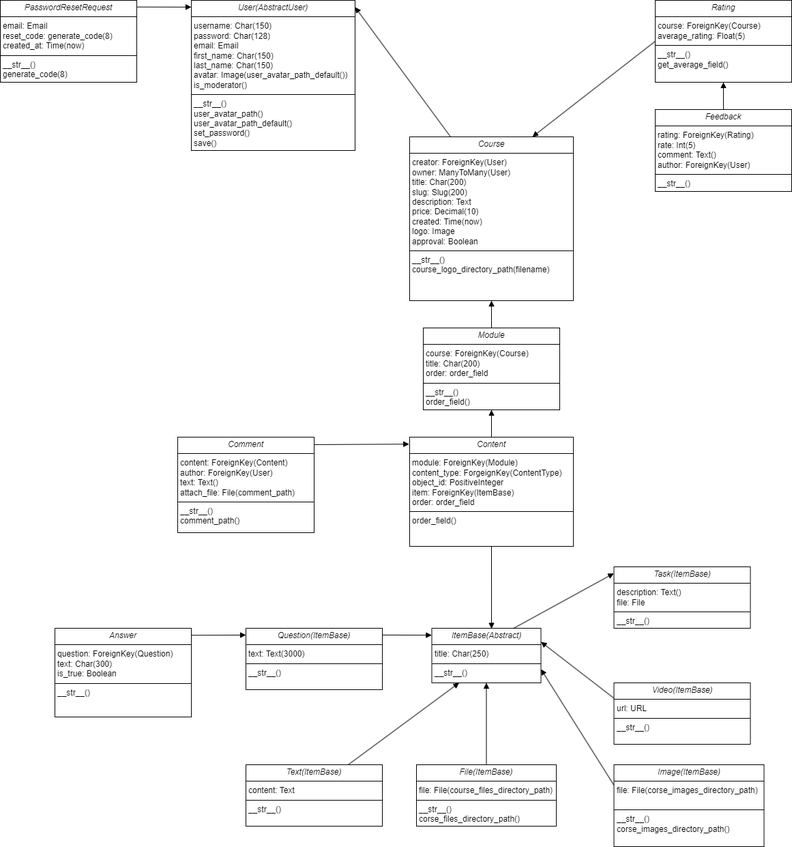
The draw.io diagram Диаграммы/ДиграммыТЗ-Classes.drawio.png in bosonhiiggs/Music-Trainee, before a commit. Source tidied: cells renumbered, new cells last; positions are measured from the earlier drawing's top-left corner, leaving out a move shared by most shapes.
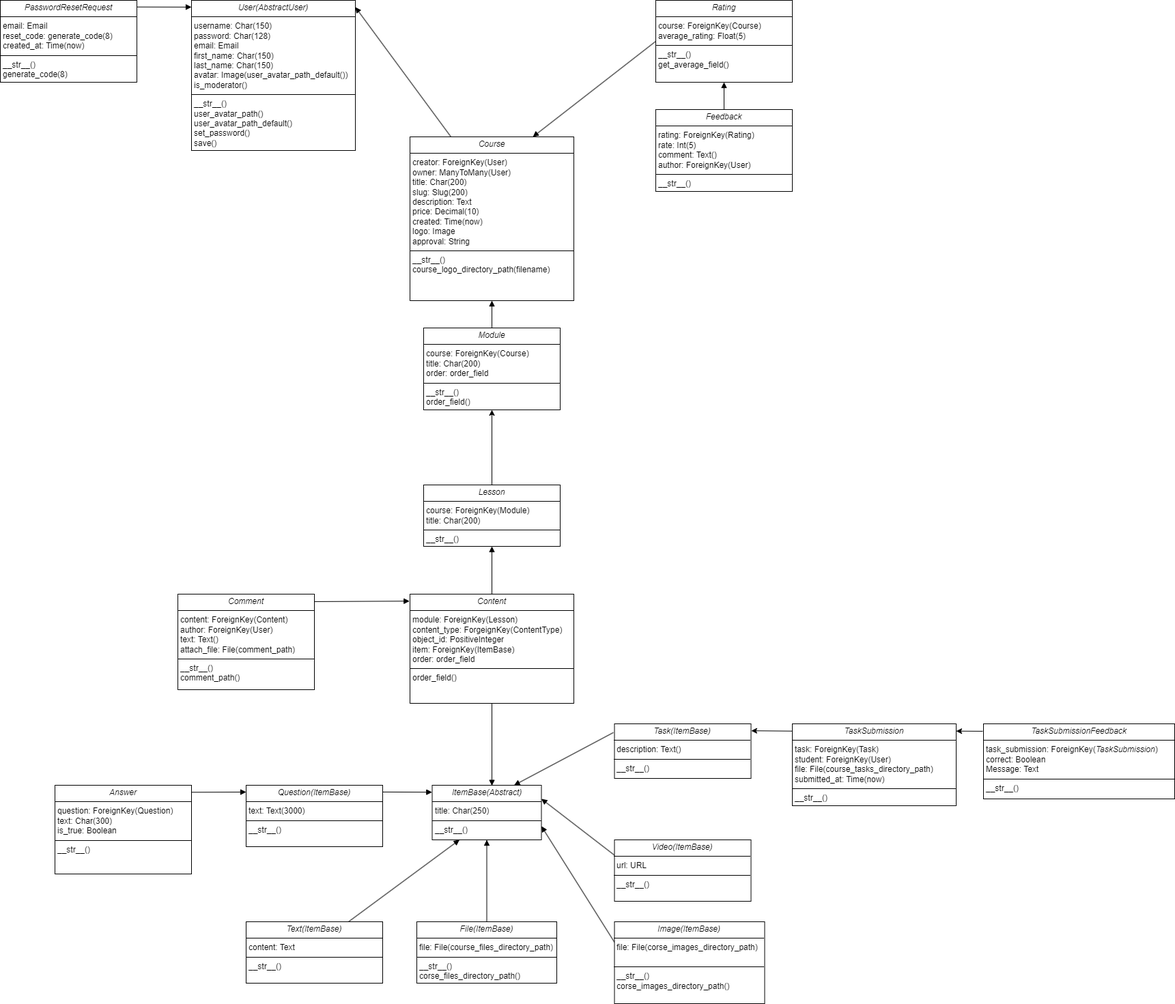
After the change.

Diff of the diagram source:
```diff
@@ -3,21 +3,21 @@
     <mxCell id="0" />
     <mxCell id="1" parent="0" />
     <mxCell id="2" value="&lt;p style=&quot;margin:0px;margin-top:4px;text-align:center;&quot;&gt;&lt;i&gt;User(AbstractUser)&lt;/i&gt;&lt;/p&gt;&lt;hr size=&quot;1&quot; style=&quot;border-style:solid;&quot;&gt;&lt;p style=&quot;margin:0px;margin-left:4px;&quot;&gt;&lt;span style=&quot;background-color: initial;&quot;&gt;username: Char(150)&lt;/span&gt;&lt;br&gt;&lt;/p&gt;&lt;p style=&quot;margin:0px;margin-left:4px;&quot;&gt;password: Char(128)&lt;/p&gt;&lt;p style=&quot;margin:0px;margin-left:4px;&quot;&gt;email: Email&lt;/p&gt;&lt;p style=&quot;margin:0px;margin-left:4px;&quot;&gt;first_name: Char(150)&lt;/p&gt;&lt;p style=&quot;margin:0px;margin-left:4px;&quot;&gt;last_name: Char(150)&lt;br&gt;&lt;/p&gt;&lt;p style=&quot;margin:0px;margin-left:4px;&quot;&gt;avatar: Image(&lt;span style=&quot;background-color: initial;&quot;&gt;user_avatar_path&lt;/span&gt;&lt;span style=&quot;background-color: initial;&quot;&gt;_default&lt;/span&gt;&lt;span style=&quot;background-color: initial;&quot;&gt;()&lt;/span&gt;&lt;span style=&quot;background-color: initial;&quot;&gt;)&lt;/span&gt;&lt;/p&gt;&lt;p style=&quot;margin:0px;margin-left:4px;&quot;&gt;is_moderator()&lt;/p&gt;&lt;hr size=&quot;1&quot; style=&quot;border-style:solid;&quot;&gt;&lt;p style=&quot;margin:0px;margin-left:4px;&quot;&gt;__str__()&lt;/p&gt;&lt;p style=&quot;margin:0px;margin-left:4px;&quot;&gt;user_avatar_path()&lt;/p&gt;&lt;p style=&quot;margin:0px;margin-left:4px;&quot;&gt;user_avatar_path&lt;span style=&quot;background-color: initial;&quot;&gt;_default&lt;/span&gt;&lt;span style=&quot;background-color: initial;&quot;&gt;()&lt;/span&gt;&lt;/p&gt;&lt;p style=&quot;margin:0px;margin-left:4px;&quot;&gt;&lt;span style=&quot;background-color: initial;&quot;&gt;set_password()&lt;/span&gt;&lt;/p&gt;&lt;p style=&quot;margin:0px;margin-left:4px;&quot;&gt;&lt;span style=&quot;background-color: initial;&quot;&gt;save()&lt;/span&gt;&lt;/p&gt;&lt;p style=&quot;margin:0px;margin-left:4px;&quot;&gt;&lt;span style=&quot;background-color: initial;&quot;&gt;&lt;br&gt;&lt;/span&gt;&lt;/p&gt;" style="verticalAlign=top;align=left;overflow=fill;html=1;whiteSpace=wrap;" parent="1" vertex="1">
-      <mxGeometry x="280" width="240" height="220" as="geometry" />
+      <mxGeometry x="280" y="-230" width="240" height="220" as="geometry" />
     </mxCell>
-    <mxCell id="3" value="&lt;p style=&quot;margin:0px;margin-top:4px;text-align:center;&quot;&gt;&lt;i&gt;Course&lt;/i&gt;&lt;/p&gt;&lt;hr size=&quot;1&quot; style=&quot;border-style:solid;&quot;&gt;&lt;p style=&quot;margin:0px;margin-left:4px;&quot;&gt;creator: ForeignKey(User)&lt;br&gt;owner: ManyToMany(User)&lt;/p&gt;&lt;p style=&quot;margin:0px;margin-left:4px;&quot;&gt;title: Char(200)&lt;/p&gt;&lt;p style=&quot;margin:0px;margin-left:4px;&quot;&gt;slug: Slug(200)&lt;/p&gt;&lt;p style=&quot;margin:0px;margin-left:4px;&quot;&gt;description: Text&lt;/p&gt;&lt;p style=&quot;margin:0px;margin-left:4px;&quot;&gt;price: Decimal(10)&lt;/p&gt;&lt;p style=&quot;margin:0px;margin-left:4px;&quot;&gt;created: Time(now)&lt;/p&gt;&lt;p style=&quot;margin:0px;margin-left:4px;&quot;&gt;logo: Image&lt;/p&gt;&lt;p style=&quot;margin:0px;margin-left:4px;&quot;&gt;approval: Boolean&lt;/p&gt;&lt;hr size=&quot;1&quot; style=&quot;border-style:solid;&quot;&gt;&lt;p style=&quot;margin:0px;margin-left:4px;&quot;&gt;__str__()&lt;/p&gt;&lt;p style=&quot;margin:0px;margin-left:4px;&quot;&gt;course_logo_directory_path(filename)&lt;/p&gt;" style="verticalAlign=top;align=left;overflow=fill;html=1;whiteSpace=wrap;" parent="1" vertex="1">
-      <mxGeometry x="600" y="200" width="240" height="240" as="geometry" />
+    <mxCell id="3" value="&lt;p style=&quot;margin:0px;margin-top:4px;text-align:center;&quot;&gt;&lt;i&gt;Course&lt;/i&gt;&lt;/p&gt;&lt;hr size=&quot;1&quot; style=&quot;border-style:solid;&quot;&gt;&lt;p style=&quot;margin:0px;margin-left:4px;&quot;&gt;creator: ForeignKey(User)&lt;br&gt;owner: ManyToMany(User)&lt;/p&gt;&lt;p style=&quot;margin:0px;margin-left:4px;&quot;&gt;title: Char(200)&lt;/p&gt;&lt;p style=&quot;margin:0px;margin-left:4px;&quot;&gt;slug: Slug(200)&lt;/p&gt;&lt;p style=&quot;margin:0px;margin-left:4px;&quot;&gt;description: Text&lt;/p&gt;&lt;p style=&quot;margin:0px;margin-left:4px;&quot;&gt;price: Decimal(10)&lt;/p&gt;&lt;p style=&quot;margin:0px;margin-left:4px;&quot;&gt;created: Time(now)&lt;/p&gt;&lt;p style=&quot;margin:0px;margin-left:4px;&quot;&gt;logo: Image&lt;/p&gt;&lt;p style=&quot;margin:0px;margin-left:4px;&quot;&gt;approval: String&lt;/p&gt;&lt;hr size=&quot;1&quot; style=&quot;border-style:solid;&quot;&gt;&lt;p style=&quot;margin:0px;margin-left:4px;&quot;&gt;__str__()&lt;/p&gt;&lt;p style=&quot;margin:0px;margin-left:4px;&quot;&gt;course_logo_directory_path(filename)&lt;/p&gt;" style="verticalAlign=top;align=left;overflow=fill;html=1;whiteSpace=wrap;" parent="1" vertex="1">
+      <mxGeometry x="600" y="-30" width="240" height="240" as="geometry" />
     </mxCell>
     <mxCell id="4" value="&lt;p style=&quot;margin:0px;margin-top:4px;text-align:center;&quot;&gt;&lt;i&gt;Rating&lt;/i&gt;&lt;/p&gt;&lt;hr size=&quot;1&quot; style=&quot;border-style:solid;&quot;&gt;&lt;p style=&quot;margin:0px;margin-left:4px;&quot;&gt;course: ForeignKey(Course)&lt;br&gt;average_rating: Float(5)&lt;/p&gt;&lt;hr size=&quot;1&quot; style=&quot;border-style:solid;&quot;&gt;&lt;p style=&quot;margin:0px;margin-left:4px;&quot;&gt;__str__()&lt;/p&gt;&lt;p style=&quot;margin:0px;margin-left:4px;&quot;&gt;get_average_field()&lt;/p&gt;" style="verticalAlign=top;align=left;overflow=fill;html=1;whiteSpace=wrap;" parent="1" vertex="1">
-      <mxGeometry x="960" width="200" height="120" as="geometry" />
+      <mxGeometry x="960" y="-230" width="200" height="120" as="geometry" />
     </mxCell>
     <mxCell id="5" value="&lt;p style=&quot;margin:0px;margin-top:4px;text-align:center;&quot;&gt;&lt;i&gt;Feedback&lt;/i&gt;&lt;/p&gt;&lt;hr size=&quot;1&quot; style=&quot;border-style:solid;&quot;&gt;&lt;p style=&quot;margin:0px;margin-left:4px;&quot;&gt;rating: ForeignKey(Rating)&lt;/p&gt;&lt;p style=&quot;margin:0px;margin-left:4px;&quot;&gt;rate: Int(5)&lt;/p&gt;&lt;p style=&quot;margin:0px;margin-left:4px;&quot;&gt;comment: Text()&lt;br&gt;author: ForeignKey(User)&lt;/p&gt;&lt;hr size=&quot;1&quot; style=&quot;border-style:solid;&quot;&gt;&lt;p style=&quot;margin:0px;margin-left:4px;&quot;&gt;__str__()&lt;/p&gt;" style="verticalAlign=top;align=left;overflow=fill;html=1;whiteSpace=wrap;" parent="1" vertex="1">
-      <mxGeometry x="960" y="160" width="200" height="120" as="geometry" />
+      <mxGeometry x="960" y="-70" width="200" height="120" as="geometry" />
     </mxCell>
     <mxCell id="6" value="&lt;p style=&quot;margin:0px;margin-top:4px;text-align:center;&quot;&gt;&lt;i&gt;Module&lt;/i&gt;&lt;/p&gt;&lt;hr size=&quot;1&quot; style=&quot;border-style:solid;&quot;&gt;&lt;p style=&quot;margin:0px;margin-left:4px;&quot;&gt;course: ForeignKey(Course)&lt;/p&gt;&lt;p style=&quot;margin:0px;margin-left:4px;&quot;&gt;title: Char(200)&lt;/p&gt;&lt;p style=&quot;margin:0px;margin-left:4px;&quot;&gt;order: order_field&lt;br&gt;&lt;/p&gt;&lt;hr size=&quot;1&quot; style=&quot;border-style:solid;&quot;&gt;&lt;p style=&quot;margin:0px;margin-left:4px;&quot;&gt;__str__()&lt;br&gt;order_field()&lt;/p&gt;" style="verticalAlign=top;align=left;overflow=fill;html=1;whiteSpace=wrap;" parent="1" vertex="1">
-      <mxGeometry x="620" y="480" width="200" height="120" as="geometry" />
+      <mxGeometry x="620" y="250" width="200" height="120" as="geometry" />
     </mxCell>
-    <mxCell id="7" value="&lt;p style=&quot;margin:0px;margin-top:4px;text-align:center;&quot;&gt;&lt;i&gt;Content&lt;/i&gt;&lt;/p&gt;&lt;hr size=&quot;1&quot; style=&quot;border-style:solid;&quot;&gt;&lt;p style=&quot;margin:0px;margin-left:4px;&quot;&gt;module: ForeignKey(Module)&lt;/p&gt;&lt;p style=&quot;margin:0px;margin-left:4px;&quot;&gt;content_type: ForgeignKey(ContentType)&lt;/p&gt;&lt;p style=&quot;margin:0px;margin-left:4px;&quot;&gt;object_id: PositiveInteger&lt;/p&gt;&lt;p style=&quot;margin:0px;margin-left:4px;&quot;&gt;item: ForeignKey(ItemBase)&lt;/p&gt;&lt;p style=&quot;margin:0px;margin-left:4px;&quot;&gt;order: order_field&lt;/p&gt;&lt;hr size=&quot;1&quot; style=&quot;border-style:solid;&quot;&gt;&lt;p style=&quot;margin:0px;margin-left:4px;&quot;&gt;order_field()&lt;/p&gt;" style="verticalAlign=top;align=left;overflow=fill;html=1;whiteSpace=wrap;" parent="1" vertex="1">
+    <mxCell id="7" value="&lt;p style=&quot;margin:0px;margin-top:4px;text-align:center;&quot;&gt;&lt;i&gt;Content&lt;/i&gt;&lt;/p&gt;&lt;hr size=&quot;1&quot; style=&quot;border-style:solid;&quot;&gt;&lt;p style=&quot;margin:0px;margin-left:4px;&quot;&gt;module: ForeignKey(Lesson)&lt;/p&gt;&lt;p style=&quot;margin:0px;margin-left:4px;&quot;&gt;content_type: ForgeignKey(ContentType)&lt;/p&gt;&lt;p style=&quot;margin:0px;margin-left:4px;&quot;&gt;object_id: PositiveInteger&lt;/p&gt;&lt;p style=&quot;margin:0px;margin-left:4px;&quot;&gt;item: ForeignKey(ItemBase)&lt;/p&gt;&lt;p style=&quot;margin:0px;margin-left:4px;&quot;&gt;order: order_field&lt;/p&gt;&lt;hr size=&quot;1&quot; style=&quot;border-style:solid;&quot;&gt;&lt;p style=&quot;margin:0px;margin-left:4px;&quot;&gt;order_field()&lt;/p&gt;" style="verticalAlign=top;align=left;overflow=fill;html=1;whiteSpace=wrap;" parent="1" vertex="1">
       <mxGeometry x="600" y="640" width="240" height="160" as="geometry" />
     </mxCell>
     <mxCell id="8" value="&lt;p style=&quot;margin:0px;margin-top:4px;text-align:center;&quot;&gt;&lt;i&gt;ItemBase(Abstract)&lt;/i&gt;&lt;/p&gt;&lt;hr size=&quot;1&quot; style=&quot;border-style:solid;&quot;&gt;&lt;p style=&quot;margin:0px;margin-left:4px;&quot;&gt;title: Char(250)&lt;/p&gt;&lt;hr size=&quot;1&quot; style=&quot;border-style:solid;&quot;&gt;&lt;p style=&quot;margin:0px;margin-left:4px;&quot;&gt;__str__()&lt;/p&gt;" style="verticalAlign=top;align=left;overflow=fill;html=1;whiteSpace=wrap;" parent="1" vertex="1">
@@ -54,10 +54,10 @@
       <mxGeometry x="80" y="920" width="200" height="130" as="geometry" />
     </mxCell>
     <mxCell id="19" value="&lt;p style=&quot;margin:0px;margin-top:4px;text-align:center;&quot;&gt;&lt;i&gt;PasswordResetRequest&lt;/i&gt;&lt;/p&gt;&lt;hr size=&quot;1&quot; style=&quot;border-style:solid;&quot;&gt;&lt;p style=&quot;margin:0px;margin-left:4px;&quot;&gt;&lt;span style=&quot;background-color: initial;&quot;&gt;email: Email&lt;/span&gt;&lt;br&gt;&lt;/p&gt;&lt;p style=&quot;margin:0px;margin-left:4px;&quot;&gt;&lt;span style=&quot;background-color: initial;&quot;&gt;reset_code:&amp;nbsp;&lt;/span&gt;&lt;span style=&quot;background-color: initial;&quot;&gt;generate_code(8)&lt;/span&gt;&lt;/p&gt;&lt;p style=&quot;margin:0px;margin-left:4px;&quot;&gt;&lt;span style=&quot;background-color: initial;&quot;&gt;created_at: Time(now)&lt;/span&gt;&lt;/p&gt;&lt;hr size=&quot;1&quot; style=&quot;border-style:solid;&quot;&gt;&lt;p style=&quot;margin:0px;margin-left:4px;&quot;&gt;__str__()&lt;/p&gt;&lt;p style=&quot;margin:0px;margin-left:4px;&quot;&gt;generate_code(8)&lt;/p&gt;&lt;p style=&quot;margin:0px;margin-left:4px;&quot;&gt;&lt;span style=&quot;background-color: initial;&quot;&gt;&lt;br&gt;&lt;/span&gt;&lt;/p&gt;" style="verticalAlign=top;align=left;overflow=fill;html=1;whiteSpace=wrap;" parent="1" vertex="1">
-      <mxGeometry width="200" height="120" as="geometry" />
+      <mxGeometry y="-230" width="200" height="120" as="geometry" />
     </mxCell>
-    <mxCell id="20" value="&lt;p style=&quot;margin:0px;margin-top:4px;text-align:center;&quot;&gt;&lt;i&gt;Task(&lt;/i&gt;&lt;i style=&quot;background-color: initial;&quot;&gt;ItemBase&lt;/i&gt;&lt;i style=&quot;background-color: initial;&quot;&gt;)&lt;/i&gt;&lt;/p&gt;&lt;hr size=&quot;1&quot; style=&quot;border-style:solid;&quot;&gt;&lt;p style=&quot;margin:0px;margin-left:4px;&quot;&gt;description: Text()&lt;/p&gt;&lt;p style=&quot;margin:0px;margin-left:4px;&quot;&gt;file: File&lt;/p&gt;&lt;hr size=&quot;1&quot; style=&quot;border-style:solid;&quot;&gt;&lt;p style=&quot;margin:0px;margin-left:4px;&quot;&gt;__str__()&lt;/p&gt;" style="verticalAlign=top;align=left;overflow=fill;html=1;whiteSpace=wrap;" parent="1" vertex="1">
-      <mxGeometry x="899.5" y="830" width="200" height="90" as="geometry" />
+    <mxCell id="20" value="&lt;p style=&quot;margin:0px;margin-top:4px;text-align:center;&quot;&gt;&lt;i&gt;Task(&lt;/i&gt;&lt;i style=&quot;background-color: initial;&quot;&gt;ItemBase&lt;/i&gt;&lt;i style=&quot;background-color: initial;&quot;&gt;)&lt;/i&gt;&lt;/p&gt;&lt;hr size=&quot;1&quot; style=&quot;border-style:solid;&quot;&gt;&lt;p style=&quot;margin:0px;margin-left:4px;&quot;&gt;description: Text()&lt;/p&gt;&lt;hr size=&quot;1&quot; style=&quot;border-style:solid;&quot;&gt;&lt;p style=&quot;margin:0px;margin-left:4px;&quot;&gt;__str__()&lt;/p&gt;" style="verticalAlign=top;align=left;overflow=fill;html=1;whiteSpace=wrap;" parent="1" vertex="1">
+      <mxGeometry x="899.5" y="830" width="200" height="80" as="geometry" />
     </mxCell>
     <mxCell id="21" value="&lt;p style=&quot;margin:0px;margin-top:4px;text-align:center;&quot;&gt;&lt;i&gt;Comment&lt;/i&gt;&lt;/p&gt;&lt;hr size=&quot;1&quot; style=&quot;border-style:solid;&quot;&gt;&lt;p style=&quot;margin:0px;margin-left:4px;&quot;&gt;content: ForeignKey(Content)&lt;/p&gt;&lt;p style=&quot;margin:0px;margin-left:4px;&quot;&gt;author: ForeignKey(User)&lt;/p&gt;&lt;p style=&quot;margin:0px;margin-left:4px;&quot;&gt;text: Text()&lt;/p&gt;&lt;p style=&quot;margin:0px;margin-left:4px;&quot;&gt;attach_file: File(comment_path)&lt;/p&gt;&lt;hr size=&quot;1&quot; style=&quot;border-style:solid;&quot;&gt;&lt;p style=&quot;margin:0px;margin-left:4px;&quot;&gt;__str__()&lt;/p&gt;&lt;p style=&quot;margin:0px;margin-left:4px;&quot;&gt;comment_path()&lt;br&gt;&lt;/p&gt;" style="verticalAlign=top;align=left;overflow=fill;html=1;whiteSpace=wrap;" parent="1" vertex="1">
       <mxGeometry x="260" y="640" width="200" height="140" as="geometry" />
@@ -67,7 +67,7 @@
     </mxCell>
     <mxCell id="23" style="html=1;verticalAlign=bottom;endArrow=block;rounded=0;exitX=0.25;exitY=0;exitDx=0;exitDy=0;" parent="1" edge="1" source="3">
       <mxGeometry relative="1" as="geometry">
-        <mxPoint x="520" y="10" as="targetPoint" />
+        <mxPoint x="520" y="-220" as="targetPoint" />
       </mxGeometry>
     </mxCell>
     <mxCell id="24" style="html=1;verticalAlign=bottom;endArrow=block;curved=0;rounded=0;exitX=0.5;exitY=0;exitDx=0;exitDy=0;entryX=0.5;entryY=1;entryDx=0;entryDy=0;" parent="1" edge="1" source="5" target="4">
@@ -79,13 +79,13 @@
     <mxCell id="26" style="html=1;verticalAlign=bottom;endArrow=block;curved=0;rounded=0;entryX=0.5;entryY=1;entryDx=0;entryDy=0;exitX=0.5;exitY=0;exitDx=0;exitDy=0;" parent="1" edge="1" source="6" target="3">
       <mxGeometry relative="1" as="geometry" />
     </mxCell>
-    <mxCell id="27" style="html=1;verticalAlign=bottom;endArrow=block;curved=0;rounded=0;entryX=0.5;entryY=1;entryDx=0;entryDy=0;exitX=0.5;exitY=0;exitDx=0;exitDy=0;" parent="1" edge="1" source="7" target="6">
+    <mxCell id="27" style="html=1;verticalAlign=bottom;endArrow=block;curved=0;rounded=0;entryX=0.5;entryY=1;entryDx=0;entryDy=0;exitX=0.5;exitY=0;exitDx=0;exitDy=0;" parent="1" edge="1" source="7" target="34">
       <mxGeometry relative="1" as="geometry" />
     </mxCell>
     <mxCell id="28" style="html=1;verticalAlign=bottom;endArrow=block;curved=0;rounded=0;entryX=-0.003;entryY=0.064;entryDx=0;entryDy=0;exitX=1.002;exitY=0.078;exitDx=0;exitDy=0;entryPerimeter=0;exitPerimeter=0;" parent="1" edge="1" source="21" target="7">
       <mxGeometry relative="1" as="geometry" />
     </mxCell>
-    <mxCell id="29" style="html=1;verticalAlign=bottom;endArrow=block;curved=0;rounded=0;exitX=0.75;exitY=0;exitDx=0;exitDy=0;entryX=-0.001;entryY=0.107;entryDx=0;entryDy=0;entryPerimeter=0;" parent="1" edge="1" source="8" target="20">
+    <mxCell id="29" style="html=1;verticalAlign=bottom;endArrow=block;curved=0;rounded=0;exitX=-0.008;exitY=0.16;exitDx=0;exitDy=0;exitPerimeter=0;entryX=0.75;entryY=0;entryDx=0;entryDy=0;" parent="1" edge="1" source="20" target="8">
       <mxGeometry relative="1" as="geometry" />
     </mxCell>
     <mxCell id="30" style="html=1;verticalAlign=bottom;endArrow=block;curved=0;rounded=0;entryX=0.547;entryY=0.008;entryDx=0;entryDy=0;entryPerimeter=0;exitX=0.5;exitY=1;exitDx=0;exitDy=0;" parent="1" edge="1" source="7" target="8">
@@ -97,5 +97,23 @@
     <mxCell id="32" style="html=1;verticalAlign=bottom;endArrow=block;rounded=0;exitX=1.001;exitY=0.079;exitDx=0;exitDy=0;exitPerimeter=0;entryX=0;entryY=0.111;entryDx=0;entryDy=0;entryPerimeter=0;" parent="1" edge="1" source="18" target="17">
       <mxGeometry relative="1" as="geometry" />
     </mxCell>
+    <mxCell id="33" style="edgeStyle=orthogonalEdgeStyle;rounded=0;jettySize=auto;html=1;exitX=0.5;exitY=0;exitDx=0;exitDy=0;entryX=0.5;entryY=1;entryDx=0;entryDy=0;" parent="1" edge="1" source="34" target="6">
+      <mxGeometry relative="1" as="geometry" />
+    </mxCell>
+    <mxCell id="34" value="&lt;p style=&quot;margin:0px;margin-top:4px;text-align:center;&quot;&gt;&lt;i&gt;Lesson&lt;/i&gt;&lt;/p&gt;&lt;hr size=&quot;1&quot; style=&quot;border-style:solid;&quot;&gt;&lt;p style=&quot;margin:0px;margin-left:4px;&quot;&gt;course: ForeignKey(Module)&lt;/p&gt;&lt;p style=&quot;margin:0px;margin-left:4px;&quot;&gt;title: Char(200)&lt;/p&gt;&lt;hr size=&quot;1&quot; style=&quot;border-style:solid;&quot;&gt;&lt;p style=&quot;margin:0px;margin-left:4px;&quot;&gt;__str__()&lt;br&gt;&lt;/p&gt;" style="verticalAlign=top;align=left;overflow=fill;html=1;whiteSpace=wrap;" parent="1" vertex="1">
+      <mxGeometry x="620" y="480" width="200" height="90" as="geometry" />
+    </mxCell>
+    <mxCell id="35" value="&lt;p style=&quot;margin:0px;margin-top:4px;text-align:center;&quot;&gt;&lt;i&gt;TaskSubmission&lt;/i&gt;&lt;/p&gt;&lt;hr size=&quot;1&quot; style=&quot;border-style:solid;&quot;&gt;&lt;p style=&quot;margin:0px;margin-left:4px;&quot;&gt;task: ForeignKey(Task)&lt;/p&gt;&lt;p style=&quot;margin:0px;margin-left:4px;&quot;&gt;student: ForeignKey(User)&lt;/p&gt;&lt;p style=&quot;margin:0px;margin-left:4px;&quot;&gt;file: File(course_tasks_directory_path)&lt;/p&gt;&lt;p style=&quot;margin:0px;margin-left:4px;&quot;&gt;submitted_at: Time(now)&lt;/p&gt;&lt;hr size=&quot;1&quot; style=&quot;border-style:solid;&quot;&gt;&lt;p style=&quot;margin:0px;margin-left:4px;&quot;&gt;__str__()&lt;/p&gt;" style="verticalAlign=top;align=left;overflow=fill;html=1;whiteSpace=wrap;" parent="1" vertex="1">
+      <mxGeometry x="1160" y="830" width="240" height="120" as="geometry" />
+    </mxCell>
+    <mxCell id="36" style="rounded=0;jettySize=auto;html=1;entryX=1.002;entryY=0.127;entryDx=0;entryDy=0;entryPerimeter=0;exitX=0;exitY=0.089;exitDx=0;exitDy=0;exitPerimeter=0;" parent="1" edge="1" source="35" target="20">
+      <mxGeometry relative="1" as="geometry" />
+    </mxCell>
+    <mxCell id="37" value="&lt;p style=&quot;margin:0px;margin-top:4px;text-align:center;&quot;&gt;&lt;i&gt;TaskSubmissionFeedback&lt;/i&gt;&lt;/p&gt;&lt;hr size=&quot;1&quot; style=&quot;border-style:solid;&quot;&gt;&lt;p style=&quot;margin:0px;margin-left:4px;&quot;&gt;task_submission: ForeignKey(&lt;i style=&quot;text-align: center;&quot;&gt;TaskSubmission&lt;/i&gt;)&lt;/p&gt;&lt;p style=&quot;margin:0px;margin-left:4px;&quot;&gt;correct: Boolean&lt;/p&gt;&lt;p style=&quot;margin:0px;margin-left:4px;&quot;&gt;Message: Text&lt;/p&gt;&lt;hr size=&quot;1&quot; style=&quot;border-style:solid;&quot;&gt;&lt;p style=&quot;margin:0px;margin-left:4px;&quot;&gt;__str__()&lt;/p&gt;" style="verticalAlign=top;align=left;overflow=fill;html=1;whiteSpace=wrap;" parent="1" vertex="1">
+      <mxGeometry x="1440" y="830" width="280" height="110" as="geometry" />
+    </mxCell>
+    <mxCell id="38" style="rounded=0;jettySize=auto;html=1;exitX=-0.004;exitY=0.099;exitDx=0;exitDy=0;entryX=1;entryY=0.089;entryDx=0;entryDy=0;entryPerimeter=0;exitPerimeter=0;" parent="1" edge="1" source="37" target="35">
+      <mxGeometry relative="1" as="geometry" />
+    </mxCell>
   </root>
 </mxGraphModel>
```
